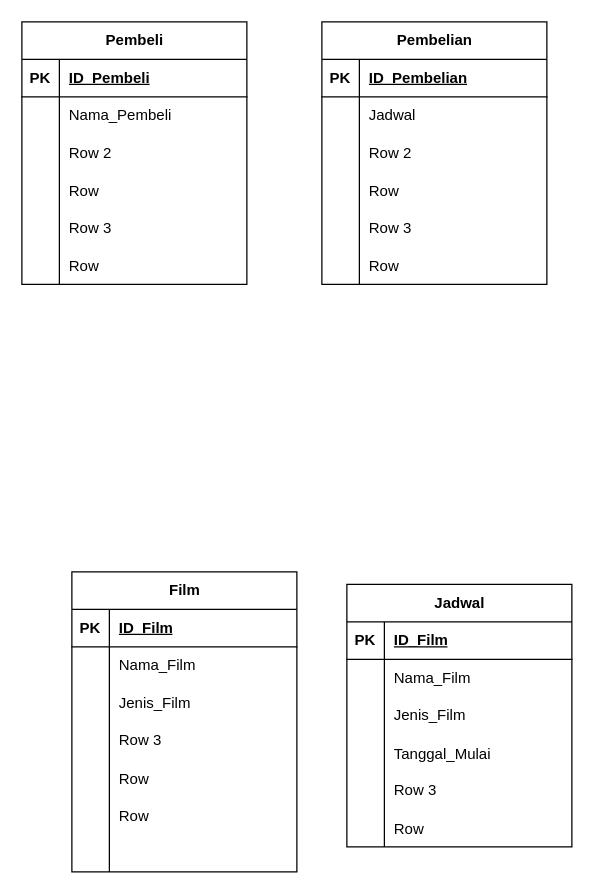
King-Ag-Jv/Project-Atrem keeps this draw.io diagram as page "Page-2" (2 of 2) of sistem-pembelian-tiket-retake.drawio. Above is the earlier version. Source tidied: cells renumbered, new cells numbered last; positions are measured from the earlier drawing's top-left corner, leaving out a move shared by most shapes. Both pictures are drawn from the tidied source at 125%, with x=0, y=0 at pixel (21, 21).
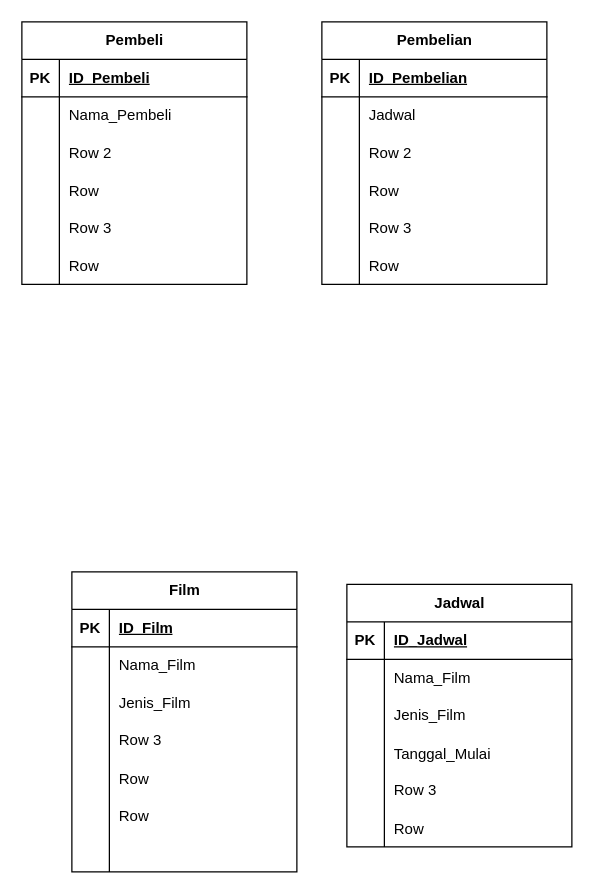
The same page after the edit.

Commit message:
Commit untuk desain rancangan sistem data dalam bentuk ERD

Unchanged cells that the change refers to:
```xml
<mxCell id="63" style="shape=tableRow;horizontal=0;startSize=0;swimlaneHead=0;swimlaneBody=0;fillColor=none;top=0;left=0;right=0;bottom=1;" parent="62" vertex="1">
  <mxGeometry y="30" width="180" height="30" as="geometry" />
</mxCell>
```

What changed in the source:
```diff
@@
-    <mxCell id="65" value="ID_Film" style="shape=partialRectangle;fillColor=none;top=0;left=0;bottom=0;right=0;align=left;spacingLeft=6;fontStyle=5;overflow=hidden;whiteSpace=wrap;html=1;" parent="63" vertex="1">
+    <mxCell id="65" value="ID_Jadwal" style="shape=partialRectangle;fillColor=none;top=0;left=0;bottom=0;right=0;align=left;spacingLeft=6;fontStyle=5;overflow=hidden;whiteSpace=wrap;html=1;" parent="63" vertex="1">
       <mxGeometry x="30" width="150" height="30" as="geometry" />
     </mxCell>
```
